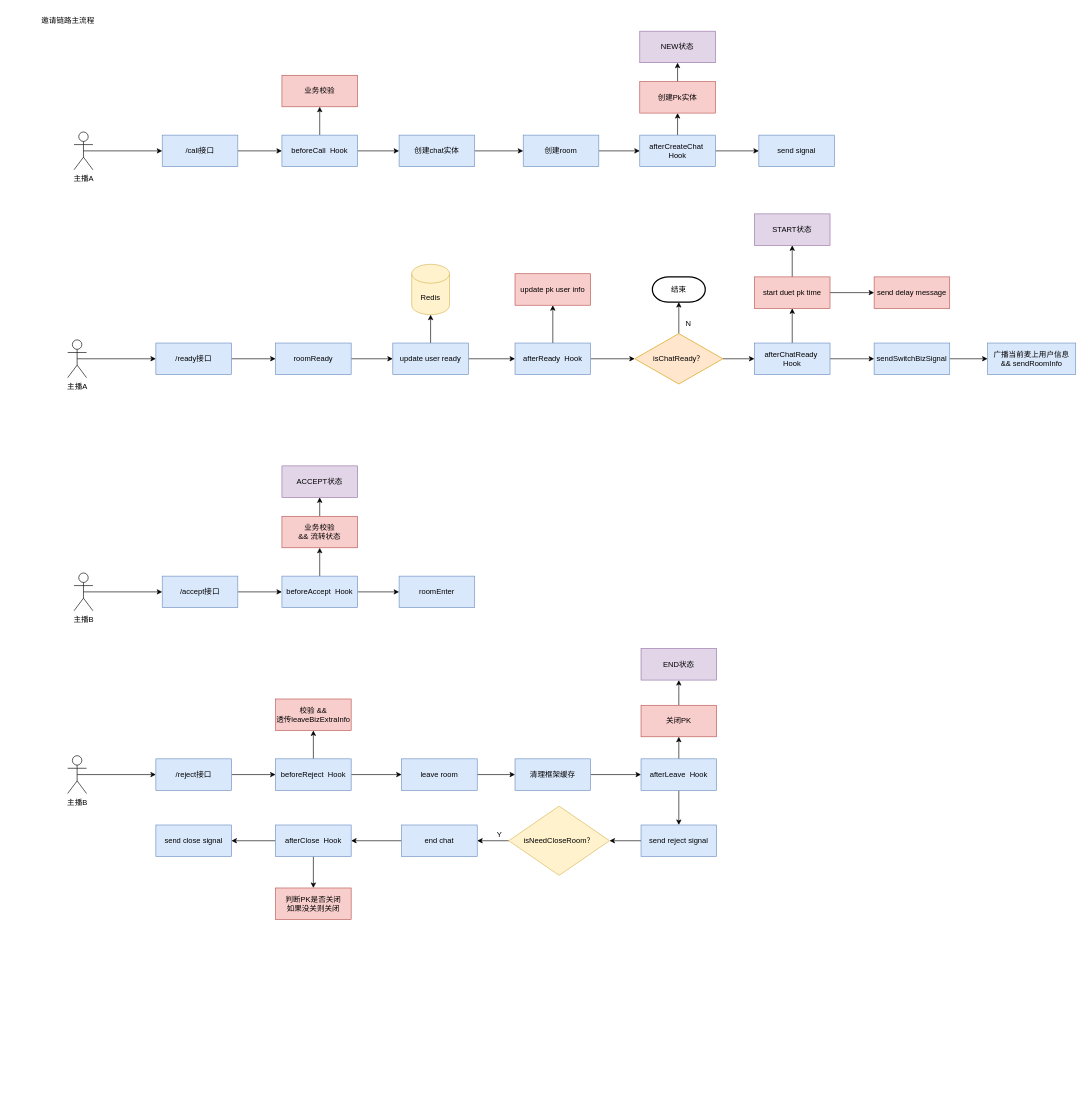
Earlier version of the draw.io diagram PK.drawio (fengyn1218/draw-pic). Source tidied: cells renumbered, new cells numbered last; positions are measured from the earlier drawing's top-left corner, leaving out a move shared by most shapes. Both pictures are drawn from the tidied source at 63%, with x=0, y=0 at pixel (33, 11).
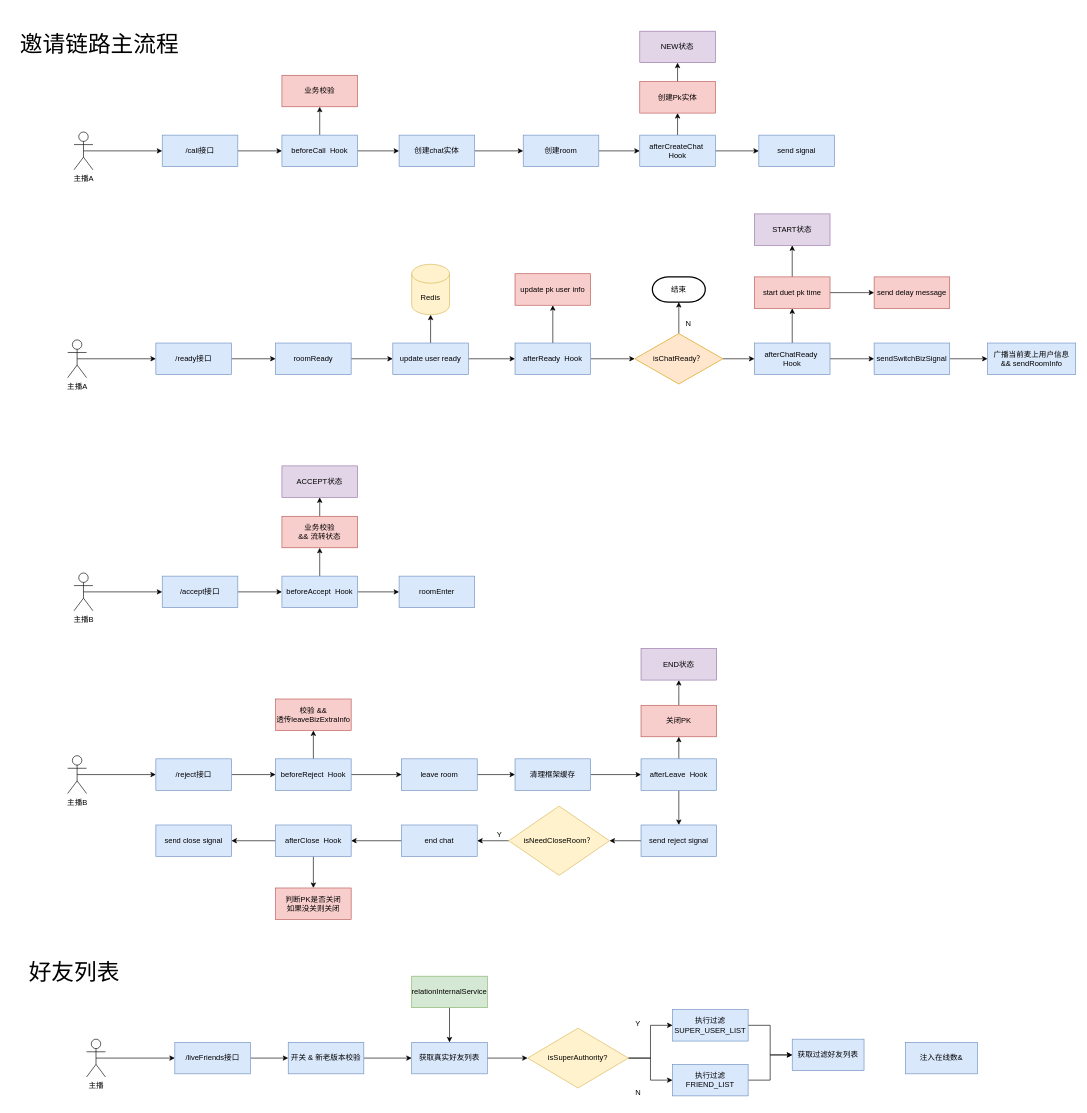
After the change.

Change to the diagram source:
```diff
@@
-    <mxCell id="92" value="邀请链路主流程" style="text;html=1;align=center;verticalAlign=middle;strokeColor=none;fillColor=none;" parent="1" vertex="1">
-      <mxGeometry width="110" height="30" as="geometry" />
+    <mxCell id="92" value="&lt;font style=&quot;font-size: 36px;&quot;&gt;邀请链路主流程&lt;/font&gt;" style="text;html=1;align=center;verticalAlign=middle;strokeColor=none;fillColor=none;" parent="1" vertex="1">
+      <mxGeometry x="-35" y="22" width="280" height="60" as="geometry" />
     </mxCell>
+    <mxCell id="93" value="&lt;font style=&quot;font-size: 36px;&quot;&gt;好友列表&lt;/font&gt;" style="text;html=1;align=center;verticalAlign=middle;strokeColor=none;fillColor=none;" parent="1" vertex="1">
+      <mxGeometry x="-20" y="1495" width="170" height="60" as="geometry" />
+    </mxCell>
+    <mxCell id="94" style="edgeStyle=orthogonalEdgeStyle;rounded=0;jettySize=auto;html=1;exitX=0.5;exitY=0.5;exitDx=0;exitDy=0;exitPerimeter=0;entryX=0;entryY=0.5;entryDx=0;entryDy=0;" parent="1" edge="1" source="95" target="97">
+      <mxGeometry relative="1" as="geometry" />
+    </mxCell>
+    <mxCell id="95" value="主播" style="shape=umlActor;verticalLabelPosition=bottom;verticalAlign=top;html=1;outlineConnect=0;" parent="1" vertex="1">
+      <mxGeometry x="84.9" y="1632" width="30" height="60" as="geometry" />
+    </mxCell>
+    <mxCell id="96" style="edgeStyle=orthogonalEdgeStyle;rounded=0;jettySize=auto;html=1;exitX=1;exitY=0.5;exitDx=0;exitDy=0;entryX=0;entryY=0.5;entryDx=0;entryDy=0;" parent="1" edge="1" source="97" target="99">
+      <mxGeometry relative="1" as="geometry" />
+    </mxCell>
+    <mxCell id="97" value="/liveFriends接口" style="rounded=0;whiteSpace=wrap;html=1;fillColor=#dae8fc;strokeColor=#6c8ebf;" parent="1" vertex="1">
+      <mxGeometry x="225" y="1637" width="120" height="50" as="geometry" />
+    </mxCell>
+    <mxCell id="98" style="edgeStyle=orthogonalEdgeStyle;rounded=0;jettySize=auto;html=1;exitX=1;exitY=0.5;exitDx=0;exitDy=0;entryX=0;entryY=0.5;entryDx=0;entryDy=0;" parent="1" edge="1" source="99" target="101">
+      <mxGeometry relative="1" as="geometry" />
+    </mxCell>
+    <mxCell id="99" value="开关 &amp;amp; 新老版本校验" style="rounded=0;whiteSpace=wrap;html=1;fillColor=#dae8fc;strokeColor=#6c8ebf;" parent="1" vertex="1">
+      <mxGeometry x="405" y="1637" width="120" height="50" as="geometry" />
+    </mxCell>
+    <mxCell id="100" style="edgeStyle=orthogonalEdgeStyle;rounded=0;jettySize=auto;html=1;exitX=1;exitY=0.5;exitDx=0;exitDy=0;entryX=0;entryY=0.5;entryDx=0;entryDy=0;" parent="1" edge="1" source="101" target="106">
+      <mxGeometry relative="1" as="geometry" />
+    </mxCell>
+    <mxCell id="101" value="获取真实好友列表" style="rounded=0;whiteSpace=wrap;html=1;fillColor=#dae8fc;strokeColor=#6c8ebf;" parent="1" vertex="1">
+      <mxGeometry x="601" y="1637" width="120" height="50" as="geometry" />
+    </mxCell>
+    <mxCell id="102" style="edgeStyle=orthogonalEdgeStyle;rounded=0;jettySize=auto;html=1;exitX=0.5;exitY=1;exitDx=0;exitDy=0;entryX=0.5;entryY=0;entryDx=0;entryDy=0;" parent="1" edge="1" source="103" target="101">
+      <mxGeometry relative="1" as="geometry" />
+    </mxCell>
+    <mxCell id="103" value="relationInternalService" style="rounded=0;whiteSpace=wrap;html=1;fillColor=#d5e8d4;strokeColor=#82b366;" parent="1" vertex="1">
+      <mxGeometry x="601" y="1532" width="120" height="50" as="geometry" />
+    </mxCell>
+    <mxCell id="104" style="edgeStyle=orthogonalEdgeStyle;rounded=0;jettySize=auto;html=1;exitX=1;exitY=0.5;exitDx=0;exitDy=0;entryX=0;entryY=0.5;entryDx=0;entryDy=0;" parent="1" edge="1" source="106" target="111">
+      <mxGeometry relative="1" as="geometry" />
+    </mxCell>
+    <mxCell id="105" style="edgeStyle=orthogonalEdgeStyle;rounded=0;jettySize=auto;html=1;exitX=1;exitY=0.5;exitDx=0;exitDy=0;entryX=0;entryY=0.5;entryDx=0;entryDy=0;" parent="1" edge="1" source="106" target="108">
+      <mxGeometry relative="1" as="geometry" />
+    </mxCell>
+    <mxCell id="106" value="isSuperAuthority?" style="rhombus;whiteSpace=wrap;html=1;fillColor=#fff2cc;strokeColor=#d6b656;" parent="1" vertex="1">
+      <mxGeometry x="785" y="1614.5" width="160" height="95" as="geometry" />
+    </mxCell>
+    <mxCell id="107" style="edgeStyle=orthogonalEdgeStyle;rounded=0;jettySize=auto;html=1;exitX=1;exitY=0.5;exitDx=0;exitDy=0;entryX=0;entryY=0.5;entryDx=0;entryDy=0;" parent="1" edge="1" source="108" target="113">
+      <mxGeometry relative="1" as="geometry" />
+    </mxCell>
+    <mxCell id="108" value="执行过滤&lt;br&gt;SUPER_USER_LIST" style="rounded=0;whiteSpace=wrap;html=1;fillColor=#dae8fc;strokeColor=#6c8ebf;" parent="1" vertex="1">
+      <mxGeometry x="1015" y="1585" width="120" height="50" as="geometry" />
+    </mxCell>
+    <mxCell id="109" value="Y" style="text;html=1;align=center;verticalAlign=middle;strokeColor=none;fillColor=none;" parent="1" vertex="1">
+      <mxGeometry x="945" y="1592" width="30" height="30" as="geometry" />
+    </mxCell>
+    <mxCell id="110" style="edgeStyle=orthogonalEdgeStyle;rounded=0;jettySize=auto;html=1;exitX=1;exitY=0.5;exitDx=0;exitDy=0;entryX=0;entryY=0.5;entryDx=0;entryDy=0;" parent="1" edge="1" source="111" target="113">
+      <mxGeometry relative="1" as="geometry" />
+    </mxCell>
+    <mxCell id="111" value="执行过滤&lt;br&gt;FRIEND_LIST" style="rounded=0;whiteSpace=wrap;html=1;fillColor=#dae8fc;strokeColor=#6c8ebf;" parent="1" vertex="1">
+      <mxGeometry x="1015" y="1672" width="120" height="50" as="geometry" />
+    </mxCell>
+    <mxCell id="112" value="N" style="text;html=1;align=center;verticalAlign=middle;strokeColor=none;fillColor=none;" parent="1" vertex="1">
+      <mxGeometry x="945" y="1702" width="30" height="30" as="geometry" />
+    </mxCell>
+    <mxCell id="113" value="获取过滤好友列表" style="rounded=0;whiteSpace=wrap;html=1;fillColor=#dae8fc;strokeColor=#6c8ebf;" parent="1" vertex="1">
+      <mxGeometry x="1205" y="1632" width="114" height="50" as="geometry" />
+    </mxCell>
+    <mxCell id="114" value="注入在线数&amp;amp;" style="rounded=0;whiteSpace=wrap;html=1;fillColor=#dae8fc;strokeColor=#6c8ebf;" parent="1" vertex="1">
+      <mxGeometry x="1385" y="1637" width="114" height="50" as="geometry" />
+    </mxCell>
```
